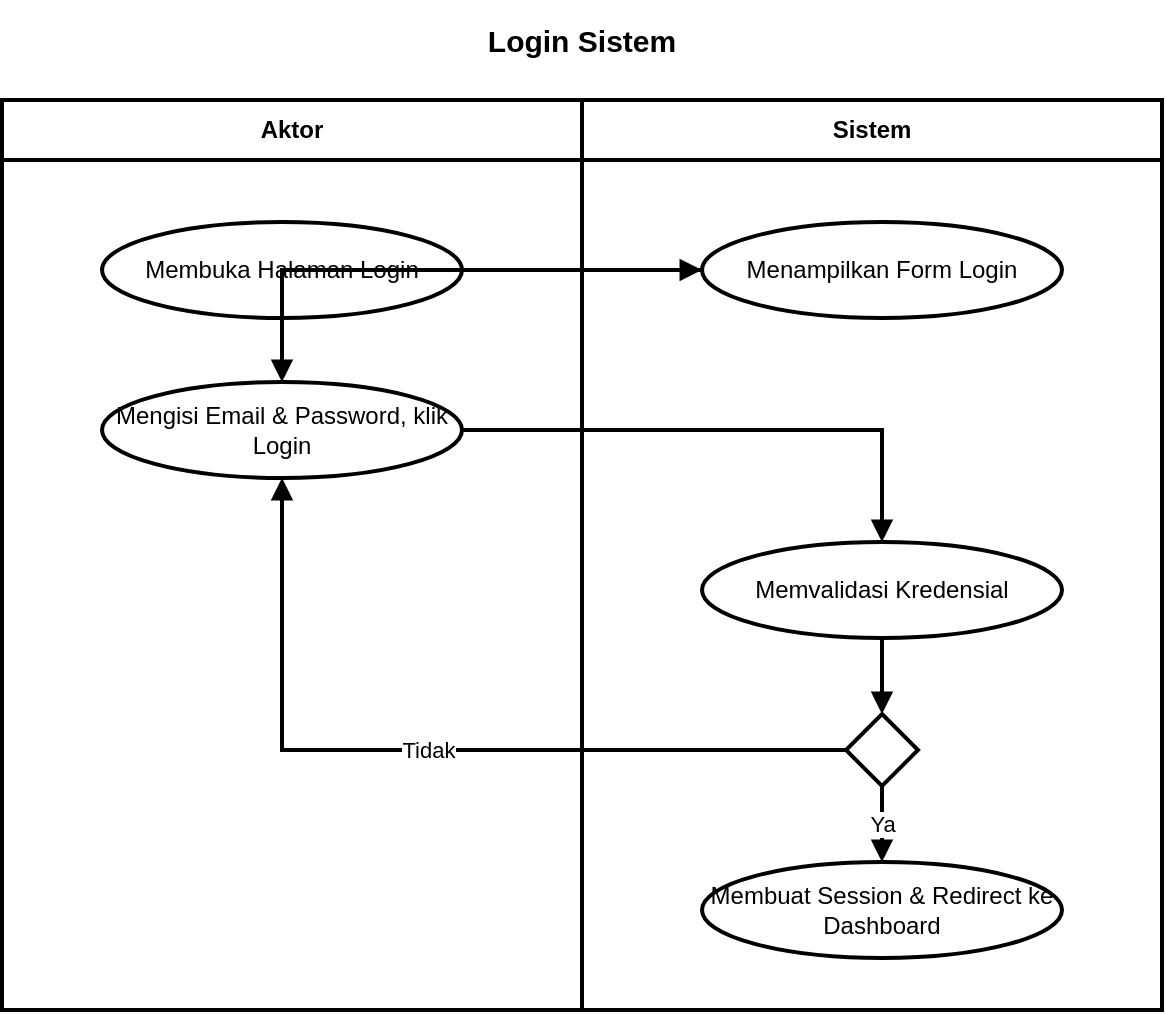
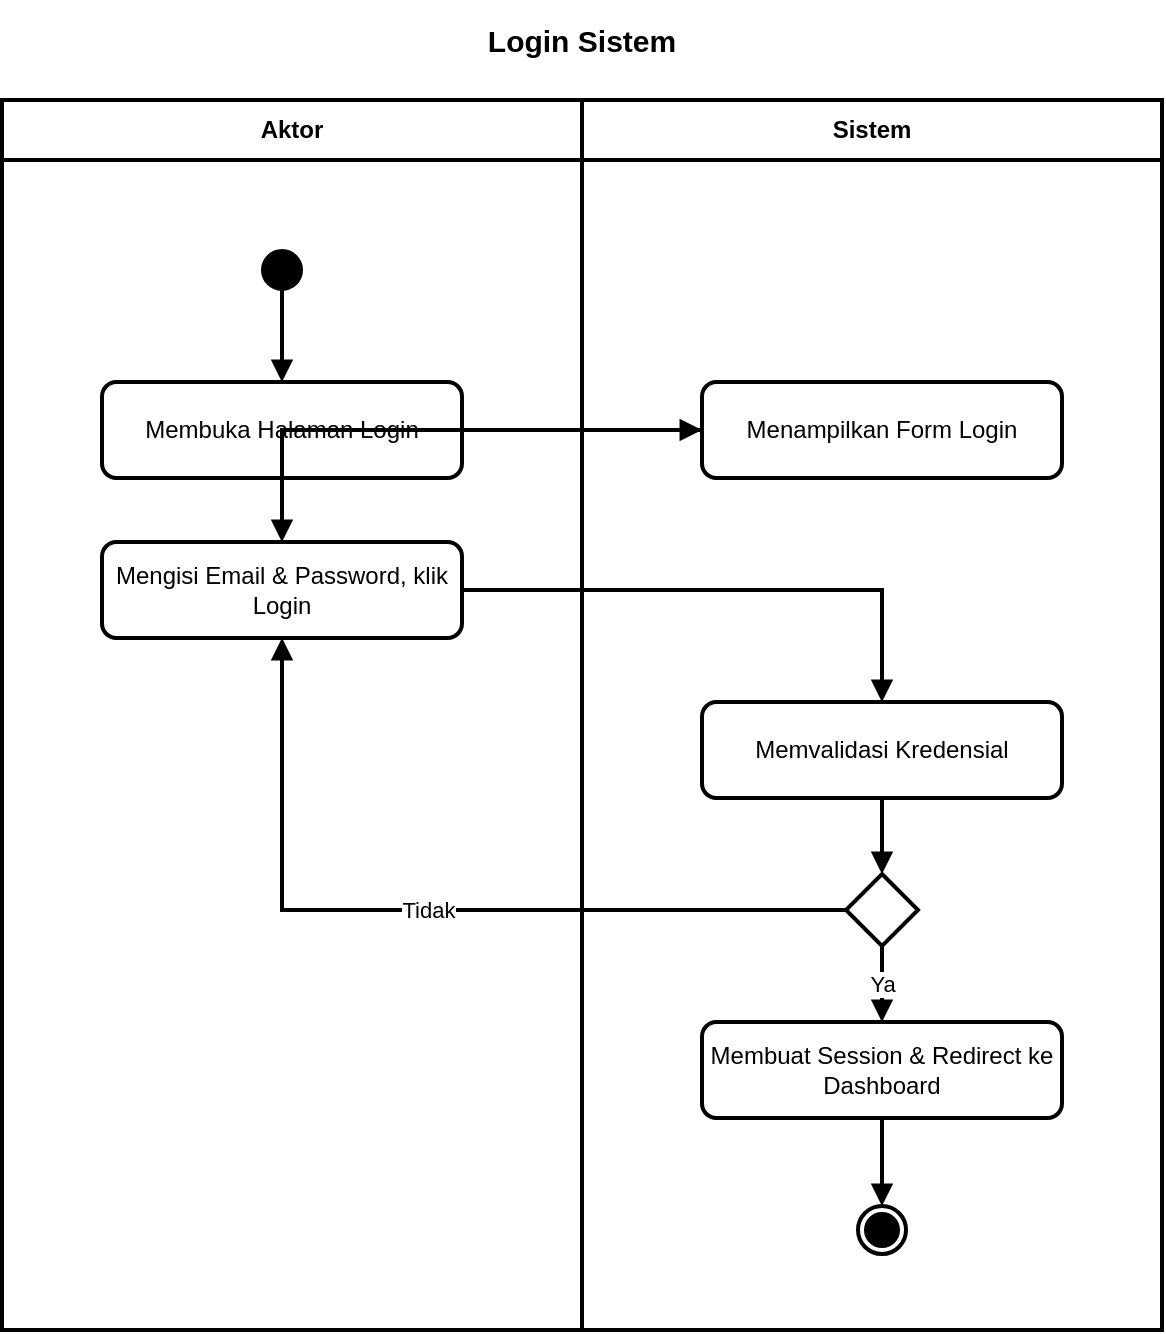
<?xml version="1.0" encoding="UTF-8"?>
<mxfile host="Electron" modified="2026-06-15T00:00:00.000Z" agent="5.0" version="20.0.0" type="device">
  <diagram id="1_login_sistem" name="Login Sistem">
    <mxGraphModel dx="1000" dy="1000" grid="1" gridSize="10" guides="1" tooltips="1" connect="1" arrows="1" fold="1" page="1" pageScale="1" pageWidth="827" pageHeight="1169" math="0" shadow="0">
      <root>
        <mxCell id="0"/>
        <mxCell id="1" parent="0"/>
        <mxCell id="2" value="Aktor" style="swimlane;whiteSpace=wrap;html=1;startSize=30;fillColor=none;strokeColor=#000000;strokeWidth=2;fontStyle=1;align=center;connectable=0;" vertex="1" parent="1">
-           <mxGeometry x="10" y="60" width="290" height="455" as="geometry"/>
+           <mxGeometry x="10" y="60" width="290" height="615" as="geometry"/>
        </mxCell>
        <mxCell id="3" value="Sistem" style="swimlane;whiteSpace=wrap;html=1;startSize=30;fillColor=none;strokeColor=#000000;strokeWidth=2;fontStyle=1;align=center;connectable=0;" vertex="1" parent="1">
-           <mxGeometry x="300" y="60" width="290" height="455" as="geometry"/>
+           <mxGeometry x="300" y="60" width="290" height="615" as="geometry"/>
        </mxCell>
        <mxCell id="4" value="Login Sistem" style="text;html=1;strokeColor=none;fillColor=none;align=center;verticalAlign=middle;whiteSpace=wrap;rounded=0;fontStyle=1;fontSize=15;" vertex="1" parent="1">
          <mxGeometry x="10" y="10" width="580" height="40" as="geometry"/>
        </mxCell>
-         <mxCell id="5" value="Membuka Halaman Login" style="ellipse;whiteSpace=wrap;html=1;fillColor=#ffffff;strokeColor=#000000;strokeWidth=2;align=center;verticalAlign=middle;" vertex="1" parent="1">
-           <mxGeometry x="60" y="121" width="180" height="48" as="geometry"/>
+         <mxCell id="5" value="" style="ellipse;whiteSpace=wrap;html=1;fillColor=#000000;strokeColor=#000000;" vertex="1" parent="1">
+           <mxGeometry x="140" y="135" width="20" height="20" as="geometry"/>
        </mxCell>
-         <mxCell id="6" value="Menampilkan Form Login" style="ellipse;whiteSpace=wrap;html=1;fillColor=#ffffff;strokeColor=#000000;strokeWidth=2;align=center;verticalAlign=middle;" vertex="1" parent="1">
-           <mxGeometry x="360" y="121" width="180" height="48" as="geometry"/>
-         </mxCell>
-         <mxCell id="7" value="Mengisi Email &amp; Password, klik Login" style="ellipse;whiteSpace=wrap;html=1;fillColor=#ffffff;strokeColor=#000000;strokeWidth=2;align=center;verticalAlign=middle;" vertex="1" parent="1">
+         <mxCell id="6" value="Membuka Halaman Login" style="rounded=1;whiteSpace=wrap;html=1;arcSize=15;fillColor=#ffffff;strokeColor=#000000;strokeWidth=2;align=center;verticalAlign=middle;" vertex="1" parent="1">
          <mxGeometry x="60" y="201" width="180" height="48" as="geometry"/>
        </mxCell>
-         <mxCell id="8" value="Memvalidasi Kredensial" style="ellipse;whiteSpace=wrap;html=1;fillColor=#ffffff;strokeColor=#000000;strokeWidth=2;align=center;verticalAlign=middle;" vertex="1" parent="1">
-           <mxGeometry x="360" y="281" width="180" height="48" as="geometry"/>
+         <mxCell id="7" value="Menampilkan Form Login" style="rounded=1;whiteSpace=wrap;html=1;arcSize=15;fillColor=#ffffff;strokeColor=#000000;strokeWidth=2;align=center;verticalAlign=middle;" vertex="1" parent="1">
+           <mxGeometry x="360" y="201" width="180" height="48" as="geometry"/>
        </mxCell>
-         <mxCell id="9" value="" style="rhombus;whiteSpace=wrap;html=1;fillColor=#ffffff;strokeColor=#000000;strokeWidth=2;align=center;verticalAlign=middle;" vertex="1" parent="1">
-           <mxGeometry x="432" y="367" width="36" height="36" as="geometry"/>
+         <mxCell id="8" value="Mengisi Email &amp; Password, klik Login" style="rounded=1;whiteSpace=wrap;html=1;arcSize=15;fillColor=#ffffff;strokeColor=#000000;strokeWidth=2;align=center;verticalAlign=middle;" vertex="1" parent="1">
+           <mxGeometry x="60" y="281" width="180" height="48" as="geometry"/>
        </mxCell>
-         <mxCell id="10" value="Membuat Session &amp; Redirect ke Dashboard" style="ellipse;whiteSpace=wrap;html=1;fillColor=#ffffff;strokeColor=#000000;strokeWidth=2;align=center;verticalAlign=middle;" vertex="1" parent="1">
-           <mxGeometry x="360" y="441" width="180" height="48" as="geometry"/>
+         <mxCell id="9" value="Memvalidasi Kredensial" style="rounded=1;whiteSpace=wrap;html=1;arcSize=15;fillColor=#ffffff;strokeColor=#000000;strokeWidth=2;align=center;verticalAlign=middle;" vertex="1" parent="1">
+           <mxGeometry x="360" y="361" width="180" height="48" as="geometry"/>
        </mxCell>
-         <mxCell id="11" value="" style="edgeStyle=orthogonalEdgeStyle;rounded=0;orthogonalLoop=1;jettySize=auto;html=1;strokeColor=#000000;strokeWidth=2;endArrow=block;endFill=1;" edge="1" parent="1" source="5" target="6">
+         <mxCell id="10" value="" style="rhombus;whiteSpace=wrap;html=1;fillColor=#ffffff;strokeColor=#000000;strokeWidth=2;align=center;verticalAlign=middle;" vertex="1" parent="1">
+           <mxGeometry x="432" y="447" width="36" height="36" as="geometry"/>
+         </mxCell>
+         <mxCell id="11" value="Membuat Session &amp; Redirect ke Dashboard" style="rounded=1;whiteSpace=wrap;html=1;arcSize=15;fillColor=#ffffff;strokeColor=#000000;strokeWidth=2;align=center;verticalAlign=middle;" vertex="1" parent="1">
+           <mxGeometry x="360" y="521" width="180" height="48" as="geometry"/>
+         </mxCell>
+         <mxCell id="12" value="" style="ellipse;html=1;shape=endState;fillColor=#000000;strokeColor=#000000;strokeWidth=2;" vertex="1" parent="1">
+           <mxGeometry x="438" y="613" width="24" height="24" as="geometry"/>
+         </mxCell>
+         <mxCell id="13" value="" style="edgeStyle=orthogonalEdgeStyle;rounded=0;orthogonalLoop=1;jettySize=auto;html=1;strokeColor=#000000;strokeWidth=2;endArrow=block;endFill=1;" edge="1" parent="1" source="5" target="6">
          <mxGeometry relative="1" as="geometry"/>
        </mxCell>
-         <mxCell id="12" value="" style="edgeStyle=orthogonalEdgeStyle;rounded=0;orthogonalLoop=1;jettySize=auto;html=1;strokeColor=#000000;strokeWidth=2;endArrow=block;endFill=1;" edge="1" parent="1" source="6" target="7">
+         <mxCell id="14" value="" style="edgeStyle=orthogonalEdgeStyle;rounded=0;orthogonalLoop=1;jettySize=auto;html=1;strokeColor=#000000;strokeWidth=2;endArrow=block;endFill=1;" edge="1" parent="1" source="6" target="7">
          <mxGeometry relative="1" as="geometry"/>
        </mxCell>
-         <mxCell id="13" value="" style="edgeStyle=orthogonalEdgeStyle;rounded=0;orthogonalLoop=1;jettySize=auto;html=1;strokeColor=#000000;strokeWidth=2;endArrow=block;endFill=1;" edge="1" parent="1" source="7" target="8">
+         <mxCell id="15" value="" style="edgeStyle=orthogonalEdgeStyle;rounded=0;orthogonalLoop=1;jettySize=auto;html=1;strokeColor=#000000;strokeWidth=2;endArrow=block;endFill=1;" edge="1" parent="1" source="7" target="8">
          <mxGeometry relative="1" as="geometry"/>
        </mxCell>
-         <mxCell id="14" value="" style="edgeStyle=orthogonalEdgeStyle;rounded=0;orthogonalLoop=1;jettySize=auto;html=1;strokeColor=#000000;strokeWidth=2;endArrow=block;endFill=1;" edge="1" parent="1" source="8" target="9">
+         <mxCell id="16" value="" style="edgeStyle=orthogonalEdgeStyle;rounded=0;orthogonalLoop=1;jettySize=auto;html=1;strokeColor=#000000;strokeWidth=2;endArrow=block;endFill=1;" edge="1" parent="1" source="8" target="9">
          <mxGeometry relative="1" as="geometry"/>
        </mxCell>
-         <mxCell id="15" value="Ya" style="edgeStyle=orthogonalEdgeStyle;rounded=0;orthogonalLoop=1;jettySize=auto;html=1;strokeColor=#000000;strokeWidth=2;endArrow=block;endFill=1;labelBackgroundColor=#ffffff;" edge="1" parent="1" source="9" target="10">
+         <mxCell id="17" value="" style="edgeStyle=orthogonalEdgeStyle;rounded=0;orthogonalLoop=1;jettySize=auto;html=1;strokeColor=#000000;strokeWidth=2;endArrow=block;endFill=1;" edge="1" parent="1" source="9" target="10">
          <mxGeometry relative="1" as="geometry"/>
        </mxCell>
-         <mxCell id="16" value="Tidak" style="edgeStyle=orthogonalEdgeStyle;rounded=0;orthogonalLoop=1;jettySize=auto;html=1;strokeColor=#000000;strokeWidth=2;endArrow=block;endFill=1;labelBackgroundColor=#ffffff;" edge="1" parent="1" source="9" target="7">
+         <mxCell id="18" value="Ya" style="edgeStyle=orthogonalEdgeStyle;rounded=0;orthogonalLoop=1;jettySize=auto;html=1;strokeColor=#000000;strokeWidth=2;endArrow=block;endFill=1;labelBackgroundColor=#ffffff;" edge="1" parent="1" source="10" target="11">
+           <mxGeometry relative="1" as="geometry"/>
+         </mxCell>
+         <mxCell id="19" value="Tidak" style="edgeStyle=orthogonalEdgeStyle;rounded=0;orthogonalLoop=1;jettySize=auto;html=1;strokeColor=#000000;strokeWidth=2;endArrow=block;endFill=1;labelBackgroundColor=#ffffff;" edge="1" parent="1" source="10" target="8">
+           <mxGeometry relative="1" as="geometry"/>
+         </mxCell>
+         <mxCell id="20" value="" style="edgeStyle=orthogonalEdgeStyle;rounded=0;orthogonalLoop=1;jettySize=auto;html=1;strokeColor=#000000;strokeWidth=2;endArrow=block;endFill=1;" edge="1" parent="1" source="11" target="12">
          <mxGeometry relative="1" as="geometry"/>
        </mxCell>
      </root>
    </mxGraphModel>
  </diagram>
</mxfile>